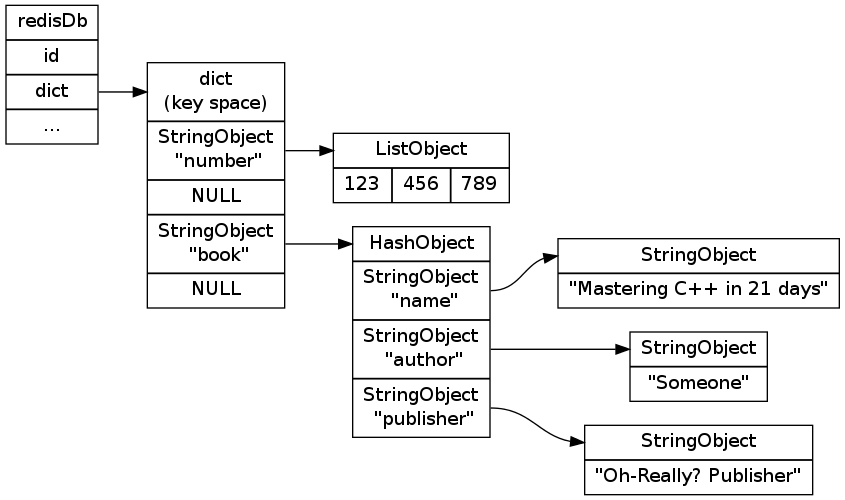
This is internal/image/db-after-delete.png from huangzworks/redisbook, a Graphviz export, as it was before one commit. Its source is kept beside it as internal/image/db-after-delete.dot.
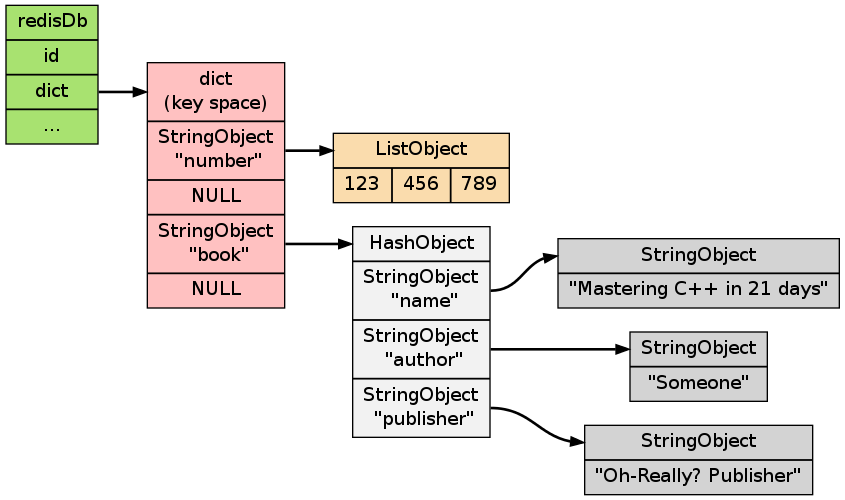
After the change.

What changed in the source:
```diff
@@ -2,19 +2,23 @@
 
     rankdir = LR;
 
-    node [shape = record];
+    node [shape = record, style = filled];
 
-    redisDb [label = "redisDb | id |<dict> dict | ..."];
+    edge [style = bold];
 
-    dict [label = "<head>dict\n(key space) |<number>StringObject\n \"number\" | NULL |<book>StringObject\n \"book\" | NULL "];
 
-    number [label = "<head>ListObject | { 123 | 456 | 789 }"];
+    redisDb [label = "redisDb | id |<dict> dict | ...", fillcolor = "#A8E270"];
 
-    book [label = "<head>HashObject |<name>StringObject\n \"name\" |<author>StringObject\n \"author\" |<publisher>StringObject\n \"publisher\""];
+    dict [label = "<head>dict\n(key space) |<number>StringObject\n \"number\" | NULL |<book>StringObject\n \"book\" | NULL", fillcolor = "#FFC1C1"];
+
+    number [label = "<head>ListObject | { 123 | 456 | 789 }", fillcolor = "#FADCAD"];
+
+    book [label = "<head>HashObject |<name>StringObject\n \"name\" |<author>StringObject\n \"author\" |<publisher>StringObject\n \"publisher\"", fillcolor = "#F2F2F2"];
 
     book_name [label = "<head>StringObject | \"Mastering C++ in 21 days\""];
     book_author [label = "<head>StringObject | \"Someone\""];
     book_publisher [label = "<head>StringObject | \"Oh-Really? Publisher\""];
+
 
     redisDb:dict -> dict:head;
 
```
